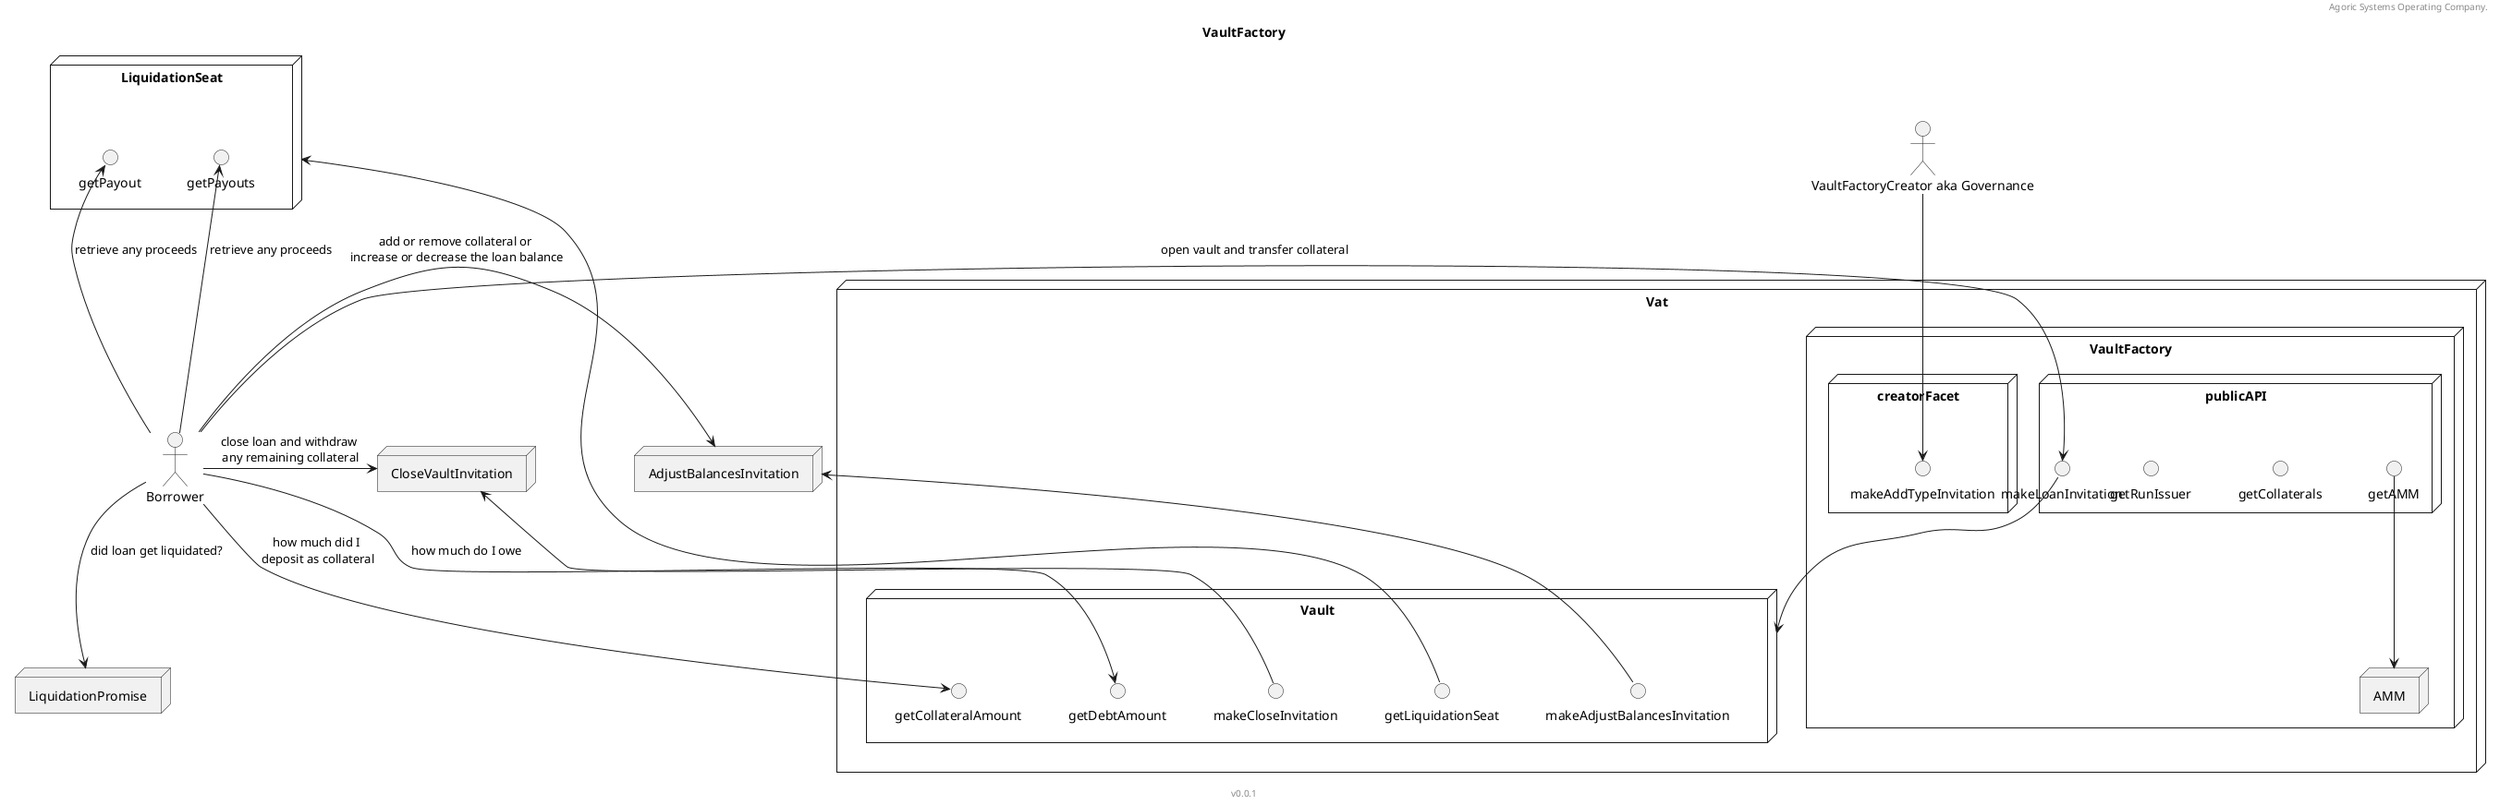
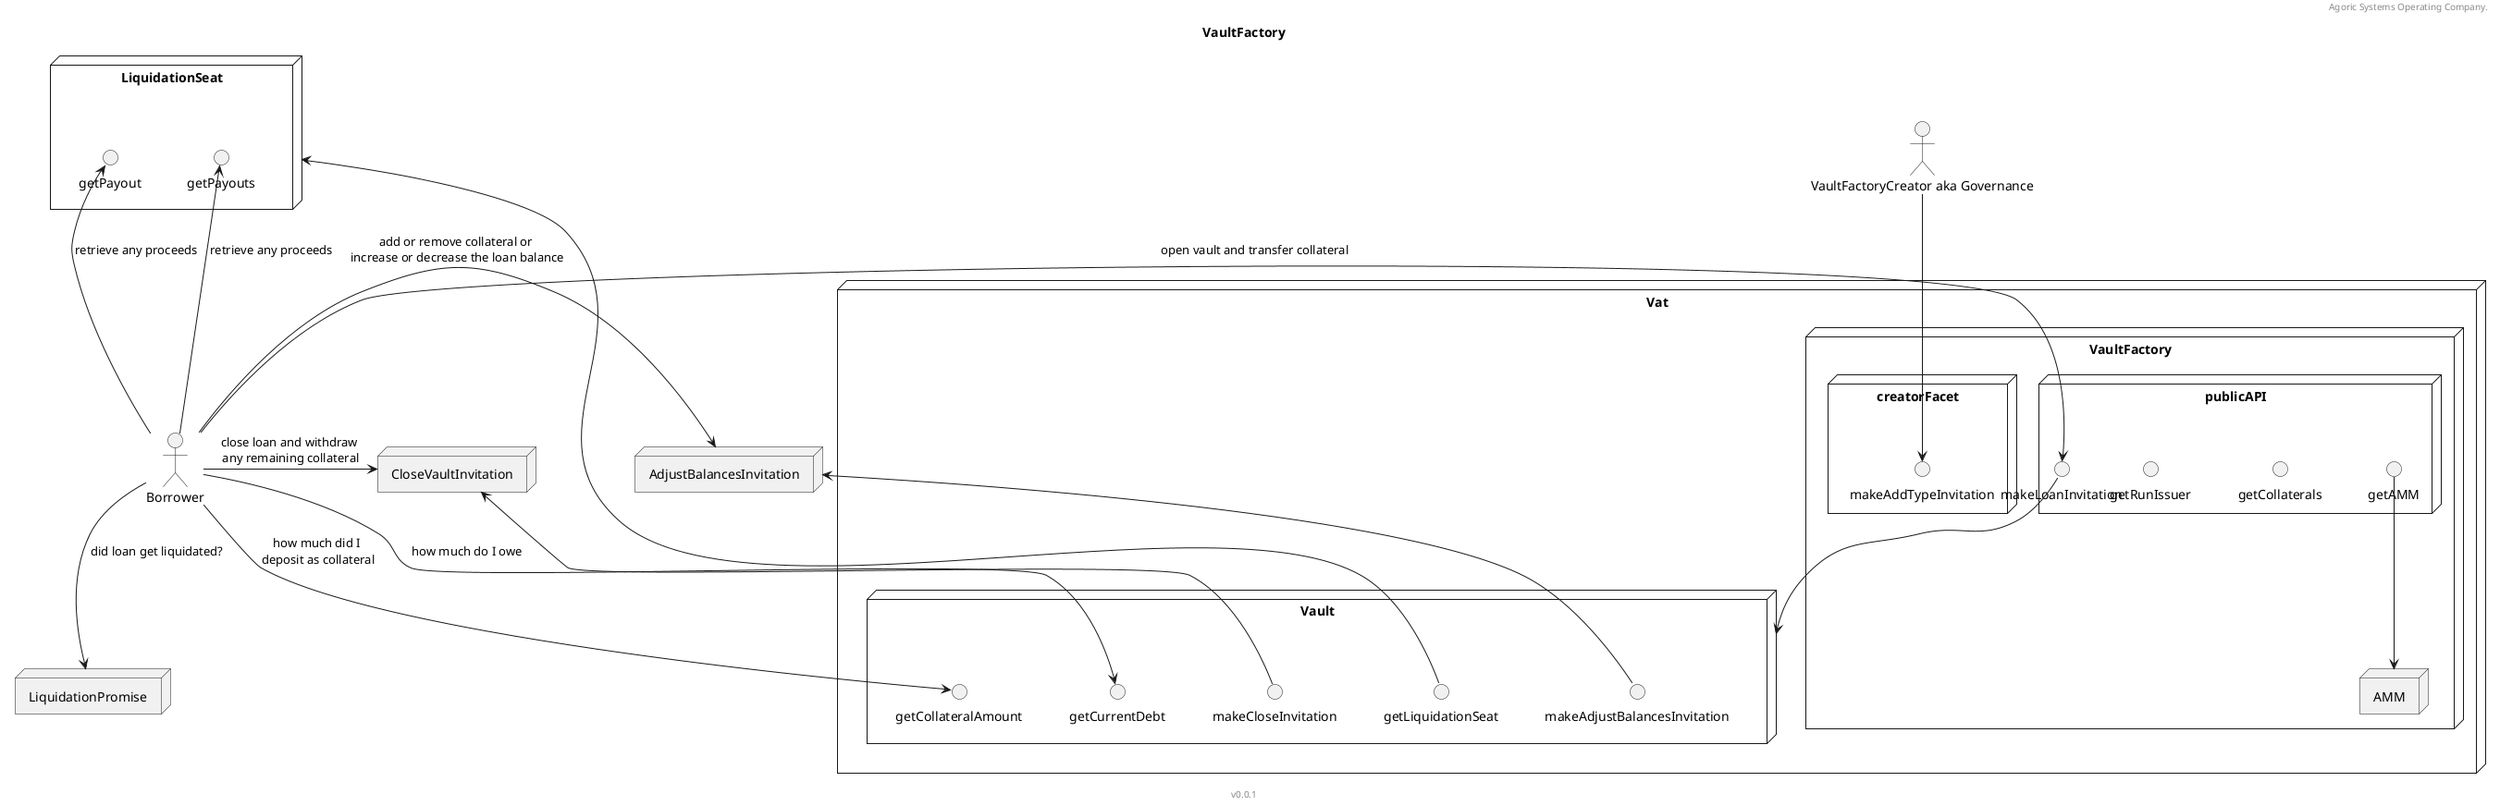
@startuml
header Agoric Systems Operating Company.
footer v0.0.1
title VaultFactory

skinparam componentStyle rectangle
skinparam defaultTextAlignment center


actor "VaultFactoryCreator aka Governance" as vfc

actor Borrower

node AdjustBalancesInvitation
node "CloseVaultInvitation"
node LiquidationPromise
node LiquidationSeat {
    circle getPayout
    circle getPayouts
}
node "Vat" {
    node VaultFactory {
        node AMM
        node "publicAPI" {
            circle getCollaterals
            circle makeLoanInvitation
            circle getRunIssuer
            circle getAMM
            getAMM -d-> AMM
        }
        node "creatorFacet" {
            circle makeAddTypeInvitation
        }
    }
    node "Vault" {
        circle makeCloseInvitation
        makeCloseInvitation -u-> CloseVaultInvitation
        circle makeAdjustBalancesInvitation
        makeAdjustBalancesInvitation -u-> AdjustBalancesInvitation
        circle getCollateralAmount
-         circle getDebtAmount
+         circle getCurrentDebt
        circle getLiquidationSeat
        getLiquidationSeat -u-> LiquidationSeat
    }
}
Borrower -> makeLoanInvitation: open vault and transfer collateral
makeLoanInvitation -d-> Vault
Borrower -u-> getPayout: retrieve any proceeds
Borrower -u-> getPayouts: retrieve any proceeds
Borrower -d-> LiquidationPromise: did loan get liquidated?
Borrower -> AdjustBalancesInvitation: add or remove collateral or \nincrease or decrease the loan balance
Borrower -l-> CloseVaultInvitation: close loan and withdraw \nany remaining collateral
vfc -d-> makeAddTypeInvitation
- Borrower -d-> getDebtAmount: how much do I owe
+ Borrower -d-> getCurrentDebt: how much do I owe
Borrower -d-> getCollateralAmount: how much did I \ndeposit as collateral

@enduml